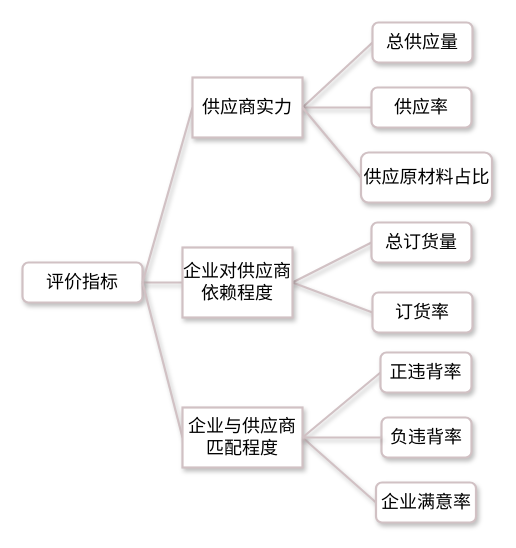
RyunMi/Math-model-code keeps this draw.io diagram as flowgraph/2019C2.drawio. Above is the earlier version. Source tidied: cells renumbered, new cells numbered last; positions are measured from the earlier drawing's top-left corner, leaving out a move shared by most shapes. Both pictures are drawn from the tidied source at 100%, with x=0, y=0 at pixel (22, 22).
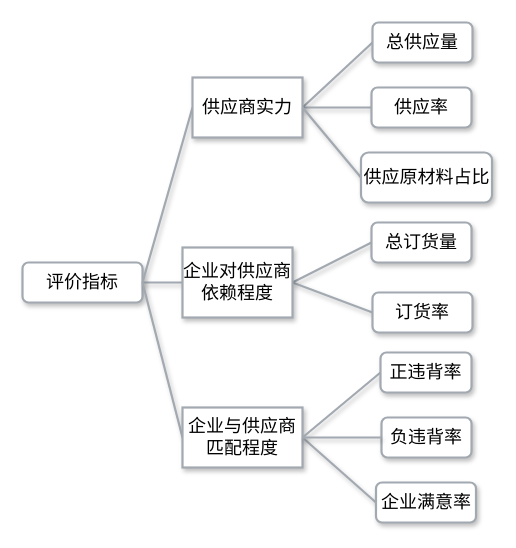
The same diagram, later.

What changed in the source:
```diff
@@
-    <mxCell id="2" value="&lt;span style=&quot;font-size: 18px&quot;&gt;评价指标&lt;/span&gt;" style="rounded=1;whiteSpace=wrap;html=1;fontSize=12;glass=0;strokeWidth=2.2;shadow=1;strokeColor=#D1C1C4;" parent="1" vertex="1">
+    <mxCell id="2" value="&lt;span style=&quot;font-size: 18px&quot;&gt;评价指标&lt;/span&gt;" style="rounded=1;whiteSpace=wrap;html=1;fontSize=12;glass=0;strokeWidth=2.2;shadow=1;strokeColor=#A2A9B1;" parent="1" vertex="1">
       <mxGeometry y="240" width="120" height="40" as="geometry" />
     </mxCell>
-    <mxCell id="3" style="endArrow=none;html=1;exitX=1;exitY=0.5;exitDx=0;exitDy=0;strokeColor=#D1C1C4;shadow=1;strokeWidth=2.2;entryX=0;entryY=0.5;entryDx=0;entryDy=0;" parent="1" edge="1" source="9" target="13">
+    <mxCell id="3" style="endArrow=none;html=1;exitX=1;exitY=0.5;exitDx=0;exitDy=0;strokeColor=#A2A9B1;shadow=1;strokeWidth=2.2;entryX=0;entryY=0.5;entryDx=0;entryDy=0;" parent="1" edge="1" source="9" target="13">
       <mxGeometry relative="1" as="geometry" />
     </mxCell>
-    <mxCell id="4" style="endArrow=none;html=1;exitX=1;exitY=0.5;exitDx=0;exitDy=0;strokeColor=#D1C1C4;shadow=1;strokeWidth=2.2;entryX=0;entryY=0.5;entryDx=0;entryDy=0;" parent="1" edge="1" source="9" target="14">
+    <mxCell id="4" style="endArrow=none;html=1;exitX=1;exitY=0.5;exitDx=0;exitDy=0;strokeColor=#A2A9B1;shadow=1;strokeWidth=2.2;entryX=0;entryY=0.5;entryDx=0;entryDy=0;" parent="1" edge="1" source="9" target="14">
       <mxGeometry relative="1" as="geometry" />
     </mxCell>
-    <mxCell id="5" style="endArrow=none;html=1;exitX=1;exitY=0.5;exitDx=0;exitDy=0;entryX=0;entryY=0.5;entryDx=0;entryDy=0;strokeColor=#D1C1C4;shadow=1;strokeWidth=2.2;" parent="1" edge="1" source="2" target="9">
+    <mxCell id="5" style="endArrow=none;html=1;exitX=1;exitY=0.5;exitDx=0;exitDy=0;entryX=0;entryY=0.5;entryDx=0;entryDy=0;strokeColor=#A2A9B1;shadow=1;strokeWidth=2.2;" parent="1" edge="1" source="2" target="9">
       <mxGeometry relative="1" as="geometry" />
     </mxCell>
-    <mxCell id="6" style="endArrow=none;html=1;entryX=0;entryY=0.5;entryDx=0;entryDy=0;exitX=1;exitY=0.5;exitDx=0;exitDy=0;strokeColor=#D1C1C4;shadow=1;strokeWidth=2.2;" parent="1" edge="1" source="2" target="10">
+    <mxCell id="6" style="endArrow=none;html=1;entryX=0;entryY=0.5;entryDx=0;entryDy=0;exitX=1;exitY=0.5;exitDx=0;exitDy=0;strokeColor=#A2A9B1;shadow=1;strokeWidth=2.2;" parent="1" edge="1" source="2" target="10">
       <mxGeometry relative="1" as="geometry" />
     </mxCell>
-    <mxCell id="7" style="endArrow=none;html=1;exitX=1;exitY=0.5;exitDx=0;exitDy=0;strokeColor=#D1C1C4;shadow=1;strokeWidth=2.2;entryX=0;entryY=0.5;entryDx=0;entryDy=0;" parent="1" edge="1" source="10" target="18">
+    <mxCell id="7" style="endArrow=none;html=1;exitX=1;exitY=0.5;exitDx=0;exitDy=0;strokeColor=#A2A9B1;shadow=1;strokeWidth=2.2;entryX=0;entryY=0.5;entryDx=0;entryDy=0;" parent="1" edge="1" source="10" target="18">
       <mxGeometry relative="1" as="geometry" />
     </mxCell>
-    <mxCell id="8" style="endArrow=none;html=1;exitX=1;exitY=0.5;exitDx=0;exitDy=0;strokeColor=#D1C1C4;shadow=1;strokeWidth=2.2;entryX=0;entryY=0.5;entryDx=0;entryDy=0;" parent="1" edge="1" source="10" target="19">
+    <mxCell id="8" style="endArrow=none;html=1;exitX=1;exitY=0.5;exitDx=0;exitDy=0;strokeColor=#A2A9B1;shadow=1;strokeWidth=2.2;entryX=0;entryY=0.5;entryDx=0;entryDy=0;" parent="1" edge="1" source="10" target="19">
       <mxGeometry relative="1" as="geometry" />
     </mxCell>
-    <mxCell id="9" value="&lt;span style=&quot;font-size: 18px&quot;&gt;企业对供应商依赖程度&lt;/span&gt;" style="rounded=0;whiteSpace=wrap;html=1;strokeColor=#D1C1C4;shadow=1;strokeWidth=2.2;" parent="1" vertex="1">
+    <mxCell id="9" value="&lt;span style=&quot;font-size: 18px&quot;&gt;企业对供应商依赖程度&lt;/span&gt;" style="rounded=0;whiteSpace=wrap;html=1;strokeColor=#A2A9B1;shadow=1;strokeWidth=2.2;" parent="1" vertex="1">
       <mxGeometry x="160" y="225" width="110" height="70" as="geometry" />
     </mxCell>
-    <mxCell id="10" value="&lt;span style=&quot;font-size: 18px&quot;&gt;供应商实力&lt;/span&gt;" style="rounded=0;whiteSpace=wrap;html=1;strokeColor=#D1C1C4;shadow=1;strokeWidth=2.2;" parent="1" vertex="1">
+    <mxCell id="10" value="&lt;span style=&quot;font-size: 18px&quot;&gt;供应商实力&lt;/span&gt;" style="rounded=0;whiteSpace=wrap;html=1;strokeColor=#A2A9B1;shadow=1;strokeWidth=2.2;" parent="1" vertex="1">
       <mxGeometry x="170" y="55" width="110" height="60" as="geometry" />
     </mxCell>
-    <mxCell id="11" style="endArrow=none;html=1;exitX=1;exitY=0.5;exitDx=0;exitDy=0;shadow=1;entryX=0;entryY=0.5;entryDx=0;entryDy=0;strokeWidth=2.2;strokeColor=#D1C1C4;" parent="1" edge="1" source="2" target="12">
+    <mxCell id="11" style="endArrow=none;html=1;exitX=1;exitY=0.5;exitDx=0;exitDy=0;shadow=1;entryX=0;entryY=0.5;entryDx=0;entryDy=0;strokeWidth=2.2;strokeColor=#A2A9B1;" parent="1" edge="1" source="2" target="12">
       <mxGeometry relative="1" as="geometry" />
     </mxCell>
-    <mxCell id="12" value="&lt;span style=&quot;font-size: 18px&quot;&gt;企业与供应商匹配程度&lt;/span&gt;" style="rounded=0;whiteSpace=wrap;html=1;shadow=1;strokeColor=#D1C1C4;strokeWidth=2.2;" parent="1" vertex="1">
+    <mxCell id="12" value="&lt;span style=&quot;font-size: 18px&quot;&gt;企业与供应商匹配程度&lt;/span&gt;" style="rounded=0;whiteSpace=wrap;html=1;shadow=1;strokeColor=#A2A9B1;strokeWidth=2.2;" parent="1" vertex="1">
       <mxGeometry x="160" y="385" width="120" height="60" as="geometry" />
     </mxCell>
-    <mxCell id="13" value="&lt;span style=&quot;font-size: 18px&quot;&gt;总订货量&lt;/span&gt;" style="rounded=1;whiteSpace=wrap;html=1;shadow=1;strokeColor=#D1C1C4;strokeWidth=2.2;" parent="1" vertex="1">
+    <mxCell id="13" value="&lt;span style=&quot;font-size: 18px&quot;&gt;总订货量&lt;/span&gt;" style="rounded=1;whiteSpace=wrap;html=1;shadow=1;strokeColor=#A2A9B1;strokeWidth=2.2;" parent="1" vertex="1">
       <mxGeometry x="349" y="200" width="100" height="40" as="geometry" />
     </mxCell>
-    <mxCell id="14" value="&lt;span style=&quot;font-size: 18px&quot;&gt;订货率&lt;/span&gt;" style="rounded=1;whiteSpace=wrap;html=1;shadow=1;strokeColor=#D1C1C4;strokeWidth=2.2;" parent="1" vertex="1">
+    <mxCell id="14" value="&lt;span style=&quot;font-size: 18px&quot;&gt;订货率&lt;/span&gt;" style="rounded=1;whiteSpace=wrap;html=1;shadow=1;strokeColor=#A2A9B1;strokeWidth=2.2;" parent="1" vertex="1">
       <mxGeometry x="350" y="270" width="100" height="40" as="geometry" />
     </mxCell>
-    <mxCell id="15" style="endArrow=none;html=1;exitX=1;exitY=0.5;exitDx=0;exitDy=0;strokeColor=#D1C1C4;shadow=1;strokeWidth=2.2;entryX=0;entryY=0.5;entryDx=0;entryDy=0;" parent="1" edge="1" source="12" target="16">
+    <mxCell id="15" style="endArrow=none;html=1;exitX=1;exitY=0.5;exitDx=0;exitDy=0;strokeColor=#A2A9B1;shadow=1;strokeWidth=2.2;entryX=0;entryY=0.5;entryDx=0;entryDy=0;" parent="1" edge="1" source="12" target="16">
       <mxGeometry relative="1" as="geometry" />
     </mxCell>
-    <mxCell id="16" value="&lt;span style=&quot;font-size: 18px&quot;&gt;企业满意率&lt;/span&gt;" style="rounded=1;whiteSpace=wrap;html=1;shadow=1;strokeColor=#D1C1C4;strokeWidth=2.2;" parent="1" vertex="1">
+    <mxCell id="16" value="&lt;span style=&quot;font-size: 18px&quot;&gt;企业满意率&lt;/span&gt;" style="rounded=1;whiteSpace=wrap;html=1;shadow=1;strokeColor=#A2A9B1;strokeWidth=2.2;" parent="1" vertex="1">
       <mxGeometry x="353.5" y="460" width="100" height="40" as="geometry" />
     </mxCell>
-    <mxCell id="17" style="endArrow=none;html=1;strokeColor=#D1C1C4;shadow=1;strokeWidth=2.2;entryX=0;entryY=0.5;entryDx=0;entryDy=0;exitX=1;exitY=0.5;exitDx=0;exitDy=0;" parent="1" edge="1" source="12" target="23">
+    <mxCell id="17" style="endArrow=none;html=1;strokeColor=#A2A9B1;shadow=1;strokeWidth=2.2;entryX=0;entryY=0.5;entryDx=0;entryDy=0;exitX=1;exitY=0.5;exitDx=0;exitDy=0;" parent="1" edge="1" source="12" target="23">
       <mxGeometry relative="1" as="geometry" />
     </mxCell>
-    <mxCell id="18" value="&lt;span style=&quot;font-size: 18px&quot;&gt;总供应量&lt;/span&gt;" style="rounded=1;whiteSpace=wrap;html=1;shadow=1;strokeColor=#D1C1C4;strokeWidth=2.2;" parent="1" vertex="1">
+    <mxCell id="18" value="&lt;span style=&quot;font-size: 18px&quot;&gt;总供应量&lt;/span&gt;" style="rounded=1;whiteSpace=wrap;html=1;shadow=1;strokeColor=#A2A9B1;strokeWidth=2.2;" parent="1" vertex="1">
       <mxGeometry x="350" width="100" height="40" as="geometry" />
     </mxCell>
-    <mxCell id="19" value="&lt;span style=&quot;font-size: 18px&quot;&gt;供应率&lt;/span&gt;" style="rounded=1;whiteSpace=wrap;html=1;shadow=1;strokeColor=#D1C1C4;strokeWidth=2.2;" parent="1" vertex="1">
+    <mxCell id="19" value="&lt;span style=&quot;font-size: 18px&quot;&gt;供应率&lt;/span&gt;" style="rounded=1;whiteSpace=wrap;html=1;shadow=1;strokeColor=#A2A9B1;strokeWidth=2.2;" parent="1" vertex="1">
       <mxGeometry x="349" y="65" width="100" height="40" as="geometry" />
     </mxCell>
-    <mxCell id="20" style="edgeStyle=orthogonalEdgeStyle;rounded=0;orthogonalLoop=1;jettySize=auto;html=1;exitX=0.5;exitY=1;exitDx=0;exitDy=0;shadow=1;strokeColor=#D1C1C4;strokeWidth=2.2;" parent="1" edge="1" source="18" target="18">
+    <mxCell id="20" style="edgeStyle=orthogonalEdgeStyle;rounded=0;orthogonalLoop=1;jettySize=auto;html=1;exitX=0.5;exitY=1;exitDx=0;exitDy=0;shadow=1;strokeColor=#A2A9B1;strokeWidth=2.2;" parent="1" edge="1" source="18" target="18">
       <mxGeometry relative="1" as="geometry" />
     </mxCell>
-    <mxCell id="21" style="endArrow=none;html=1;shadow=1;strokeColor=#D1C1C4;strokeWidth=2.2;exitX=1;exitY=0.5;exitDx=0;exitDy=0;entryX=0;entryY=0.5;entryDx=0;entryDy=0;" parent="1" edge="1" source="10" target="22">
+    <mxCell id="21" style="endArrow=none;html=1;shadow=1;strokeColor=#A2A9B1;strokeWidth=2.2;exitX=1;exitY=0.5;exitDx=0;exitDy=0;entryX=0;entryY=0.5;entryDx=0;entryDy=0;" parent="1" edge="1" source="10" target="22">
       <mxGeometry relative="1" as="geometry" />
     </mxCell>
-    <mxCell id="22" value="&lt;span style=&quot;font-size: 18px&quot;&gt;供应原材料占比&lt;/span&gt;" style="rounded=1;whiteSpace=wrap;html=1;shadow=1;strokeColor=#D1C1C4;strokeWidth=2.2;" parent="1" vertex="1">
+    <mxCell id="22" value="&lt;span style=&quot;font-size: 18px&quot;&gt;供应原材料占比&lt;/span&gt;" style="rounded=1;whiteSpace=wrap;html=1;shadow=1;strokeColor=#A2A9B1;strokeWidth=2.2;" parent="1" vertex="1">
       <mxGeometry x="338.5" y="130" width="131" height="50" as="geometry" />
     </mxCell>
-    <mxCell id="23" value="&lt;span style=&quot;font-size: 18px&quot;&gt;正违背率&lt;/span&gt;" style="rounded=1;whiteSpace=wrap;html=1;strokeColor=#D1C1C4;shadow=1;strokeWidth=2.2;" parent="1" vertex="1">
+    <mxCell id="23" value="&lt;span style=&quot;font-size: 18px&quot;&gt;正违背率&lt;/span&gt;" style="rounded=1;whiteSpace=wrap;html=1;strokeColor=#A2A9B1;shadow=1;strokeWidth=2.2;" parent="1" vertex="1">
       <mxGeometry x="358" y="330" width="91" height="40" as="geometry" />
     </mxCell>
-    <mxCell id="24" value="&lt;span style=&quot;font-size: 18px&quot;&gt;负违背率&lt;/span&gt;" style="rounded=1;whiteSpace=wrap;html=1;strokeColor=#D1C1C4;shadow=1;strokeWidth=2.2;" parent="1" vertex="1">
+    <mxCell id="24" value="&lt;span style=&quot;font-size: 18px&quot;&gt;负违背率&lt;/span&gt;" style="rounded=1;whiteSpace=wrap;html=1;strokeColor=#A2A9B1;shadow=1;strokeWidth=2.2;" parent="1" vertex="1">
       <mxGeometry x="359" y="395" width="90" height="40" as="geometry" />
     </mxCell>
-    <mxCell id="25" style="endArrow=none;html=1;entryX=0;entryY=0.5;entryDx=0;entryDy=0;exitX=1;exitY=0.5;exitDx=0;exitDy=0;strokeColor=#D1C1C4;shadow=1;strokeWidth=2.2;" parent="1" edge="1" source="12" target="24">
+    <mxCell id="25" style="endArrow=none;html=1;entryX=0;entryY=0.5;entryDx=0;entryDy=0;exitX=1;exitY=0.5;exitDx=0;exitDy=0;strokeColor=#A2A9B1;shadow=1;strokeWidth=2.2;" parent="1" edge="1" source="12" target="24">
       <mxGeometry relative="1" as="geometry" />
     </mxCell>
```
